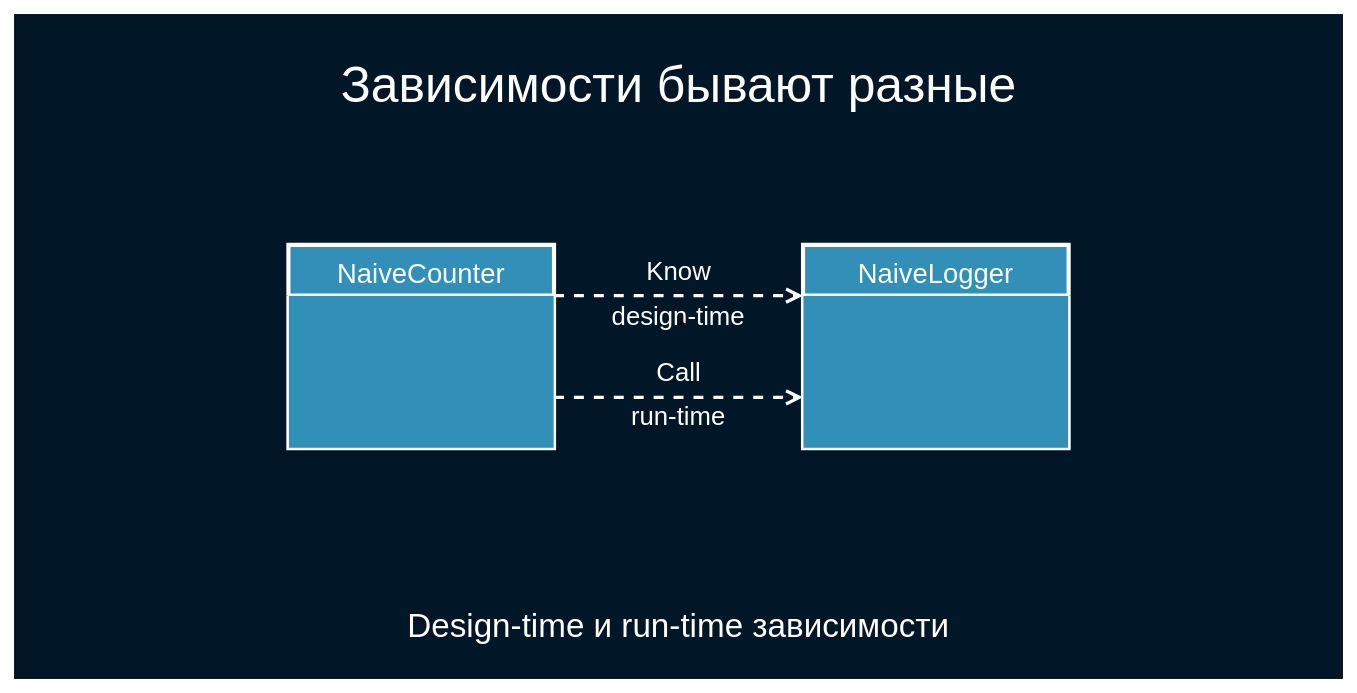
Earlier version of the draw.io diagram deck/ru/diagrams/naive2.drawio (softspiders/dip-in-ca-deck). Source tidied: cells renumbered, new cells numbered last; positions are measured from the earlier drawing's top-left corner, leaving out a move shared by most shapes. Both pictures are drawn from the tidied source at 83%, with x=0, y=0 at pixel (14, 14).
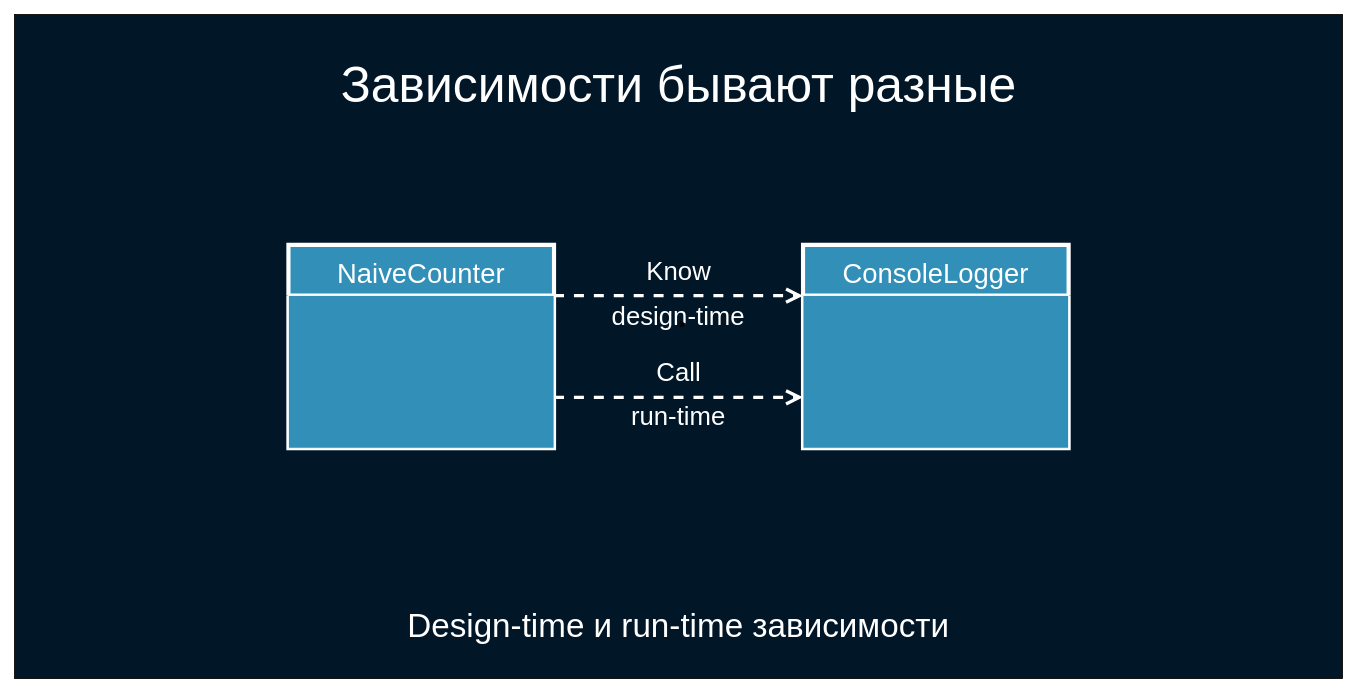
Above is the later version.

Diff of the diagram source:
```diff
@@
 <mxGraphModel background="#ffffff">
   <root>
     <mxCell id="0" />
     <mxCell id="1" parent="0" />
     <mxCell id="2" style="rounded=0;whiteSpace=wrap;html=1;fillColor=#011627;fontSize=30;fontColor=#FFFFFF;strokeColor=#000000;" parent="1" vertex="1">
       <mxGeometry width="1600" height="800" as="geometry" />
     </mxCell>
     <mxCell id="3" value="Know" style="endArrow=open;endSize=12;dashed=1;html=1;fontSize=31;fontColor=#FFFFFF;strokeColor=#FFFFFF;entryX=0;entryY=0.25;entryDx=0;entryDy=0;strokeWidth=4;labelBackgroundColor=none;rounded=0;exitX=1;exitY=0.25;exitDx=0;exitDy=0;" parent="1" edge="1" source="4" target="6">
       <mxGeometry y="30" relative="1" as="geometry" />
     </mxCell>
     <mxCell id="4" value="NaiveCounter" style="swimlane;fontStyle=0;horizontal=1;startSize=61;fillColor=#3290B8;strokeColor=#FFFFFF;strokeWidth=5;fontSize=33;fontColor=#FFFFFF;" parent="1" vertex="1">
       <mxGeometry x="330" y="277.5" width="320" height="245" as="geometry" />
     </mxCell>
     <mxCell id="5" style="text;strokeColor=#FFFFFF;fillColor=#3290B8;align=left;verticalAlign=top;spacingLeft=4;spacingRight=4;overflow=hidden;strokeWidth=1;" parent="4" vertex="1">
       <mxGeometry y="61" width="320" height="184" as="geometry" />
     </mxCell>
-    <mxCell id="6" value="NaiveLogger" style="swimlane;fontStyle=0;horizontal=1;startSize=61;fillColor=#3290B8;strokeColor=#FFFFFF;strokeWidth=5;fontSize=33;fontColor=#FFFFFF;" parent="1" vertex="1">
+    <mxCell id="6" value="ConsoleLogger" style="swimlane;fontStyle=0;horizontal=1;startSize=61;fillColor=#3290B8;strokeColor=#FFFFFF;strokeWidth=5;fontSize=33;fontColor=#FFFFFF;" parent="1" vertex="1">
       <mxGeometry x="950" y="277.5" width="320" height="245" as="geometry" />
     </mxCell>
     <mxCell id="7" style="text;strokeColor=#FFFFFF;fillColor=#3290B8;align=left;verticalAlign=top;spacingLeft=4;spacingRight=4;overflow=hidden;strokeWidth=1;" parent="6" vertex="1">
       <mxGeometry y="61" width="320" height="184" as="geometry" />
     </mxCell>
     <mxCell id="8" value="design-time" style="text;html=1;strokeColor=none;fillColor=none;align=center;verticalAlign=middle;whiteSpace=wrap;rounded=0;fontSize=31;fontColor=#FFFFFF;" parent="1" vertex="1">
       <mxGeometry x="705" y="353" width="190" height="20" as="geometry" />
     </mxCell>
     <mxCell id="9" style="edgeStyle=orthogonalEdgeStyle;rounded=0;orthogonalLoop=1;jettySize=auto;html=1;exitX=0.5;exitY=1;exitDx=0;exitDy=0;entryX=0.553;entryY=0.974;entryDx=0;entryDy=0;entryPerimeter=0;fontSize=33;fontColor=#FFFFFF;" parent="1" edge="1" source="8" target="8">
       <mxGeometry relative="1" as="geometry" />
     </mxCell>
     <mxCell id="10" value="Зависимости бывают разные" style="text;html=1;strokeColor=none;fillColor=none;align=center;verticalAlign=middle;whiteSpace=wrap;rounded=0;fontSize=60;fontColor=#FFFFFF;" parent="1" vertex="1">
       <mxGeometry x="353.8" y="50" width="892.5" height="70" as="geometry" />
     </mxCell>
     <mxCell id="11" value="Call" style="endArrow=open;endSize=12;dashed=1;html=1;fontSize=31;fontColor=#FFFFFF;strokeColor=#FFFFFF;entryX=0;entryY=0.75;entryDx=0;entryDy=0;strokeWidth=4;labelBackgroundColor=none;rounded=0;exitX=1;exitY=0.75;exitDx=0;exitDy=0;" parent="1" edge="1" source="4" target="6">
       <mxGeometry y="30" relative="1" as="geometry" />
     </mxCell>
     <mxCell id="12" value="run-time" style="text;html=1;strokeColor=none;fillColor=none;align=center;verticalAlign=middle;whiteSpace=wrap;rounded=0;fontSize=31;fontColor=#FFFFFF;" parent="1" vertex="1">
       <mxGeometry x="705" y="474" width="190" height="20" as="geometry" />
     </mxCell>
     <mxCell id="13" value="Design-time и run-time зависимости" style="text;html=1;strokeColor=none;fillColor=none;align=center;verticalAlign=middle;whiteSpace=wrap;rounded=0;fontSize=40;fontColor=#FFFFFF;" parent="1" vertex="1">
       <mxGeometry x="215" y="700" width="1170" height="70" as="geometry" />
     </mxCell>
   </root>
 </mxGraphModel>
```
